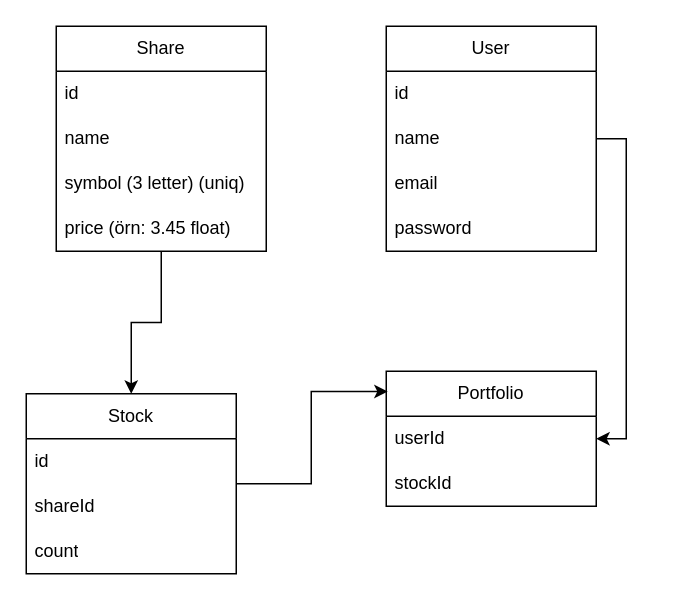
Before: eva.drawio in AgentCarter1/SuperTraders, a draw.io diagram. Source tidied: cells renumbered, new cells numbered last; positions are measured from the earlier drawing's top-left corner, leaving out a move shared by most shapes. Both pictures are drawn from the tidied source at 150%, with x=0, y=0 at pixel (26, 26).
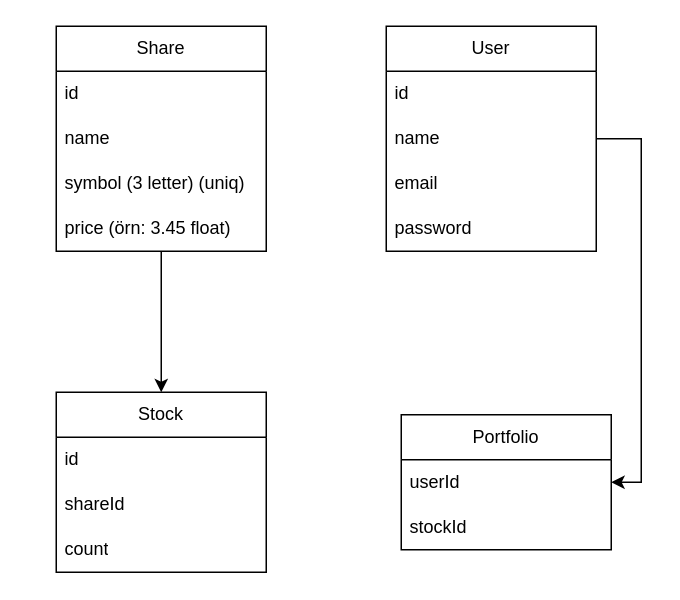
The same diagram, later.

The change refers to these unchanged cells:
```xml
<mxCell id="9" value="User" style="swimlane;fontStyle=0;horizontal=1;startSize=30;whiteSpace=wrap;html=1;" parent="1" vertex="1">
  <mxGeometry x="240" width="140" height="150" as="geometry" />
</mxCell>
<mxCell id="15" value="userId" style="text;strokeColor=none;fillColor=none;align=left;verticalAlign=middle;spacingLeft=4;spacingRight=4;overflow=hidden;points=[[0,0.5],[1,0.5]];portConstraint=eastwest;whiteSpace=wrap;html=1;" parent="14" vertex="1">
  <mxGeometry y="30" width="140" height="30" as="geometry" />
</mxCell>
```

Diff of the diagram source:
```diff
@@
-    <mxCell id="8" style="edgeStyle=orthogonalEdgeStyle;rounded=0;jettySize=auto;html=1;entryX=1;entryY=0.5;entryDx=0;entryDy=0;" parent="1" edge="1" source="9" target="15">
-      <mxGeometry relative="1" as="geometry">
-        <Array as="points">
-          <mxPoint x="400" y="75" />
-          <mxPoint x="400" y="275" />
-        </Array>
-      </mxGeometry>
-    </mxCell>
+    <mxCell id="22" style="edgeStyle=orthogonalEdgeStyle;rounded=0;jettySize=auto;html=1;entryX=1;entryY=0.5;entryDx=0;entryDy=0;" parent="1" edge="1" source="9" target="14">
+      <mxGeometry relative="1" as="geometry">
+        <Array as="points">
+          <mxPoint x="410" y="75" />
+          <mxPoint x="410" y="304" />
+        </Array>
+      </mxGeometry>
+    </mxCell>
@@
     <mxCell id="14" value="Portfolio" style="swimlane;fontStyle=0;horizontal=1;startSize=30;whiteSpace=wrap;html=1;" parent="1" vertex="1">
-      <mxGeometry x="240" y="230" width="140" height="90" as="geometry" />
+      <mxGeometry x="250" y="259" width="140" height="90" as="geometry" />
     </mxCell>
@@
     <mxCell id="17" value="Stock" style="swimlane;fontStyle=0;horizontal=1;startSize=30;whiteSpace=wrap;html=1;" parent="1" vertex="1">
-      <mxGeometry y="245" width="140" height="120" as="geometry" />
+      <mxGeometry x="20" y="244" width="140" height="120" as="geometry" />
     </mxCell>
@@
-    <mxCell id="21" style="edgeStyle=orthogonalEdgeStyle;rounded=0;jettySize=auto;html=1;entryX=0.007;entryY=0.15;entryDx=0;entryDy=0;entryPerimeter=0;" parent="1" edge="1" source="17" target="14">
-      <mxGeometry relative="1" as="geometry" />
-    </mxCell>
```
